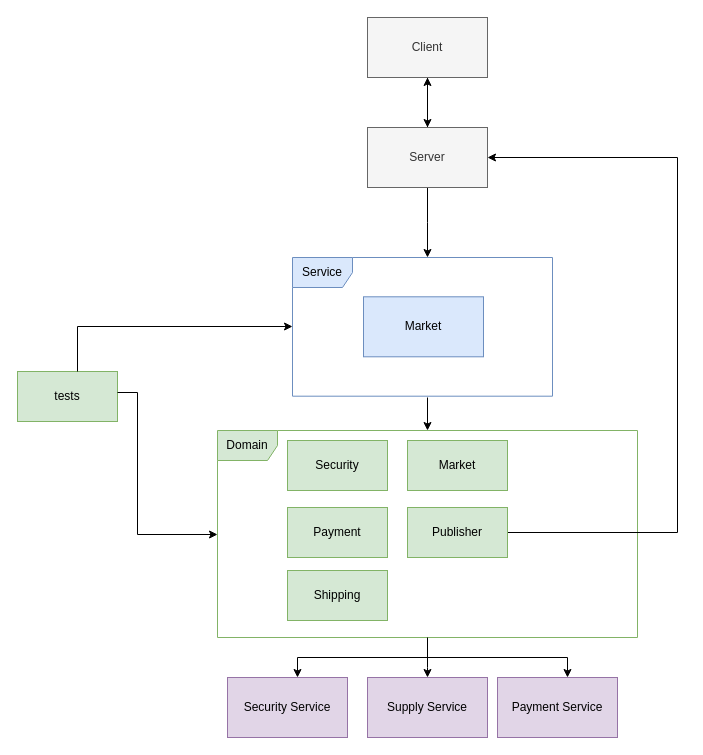
Above: page "system architecture" (2 of 2) of Artifacts/architeture_diagram.drawio in yanay94sun/Workshop (draw.io), before the change. Source tidied: cells renumbered, new cells numbered last; positions are measured from the earlier drawing's top-left corner, leaving out a move shared by most shapes. Both pictures are drawn from the tidied source at 100%, with x=0, y=0 at pixel (17, 17).
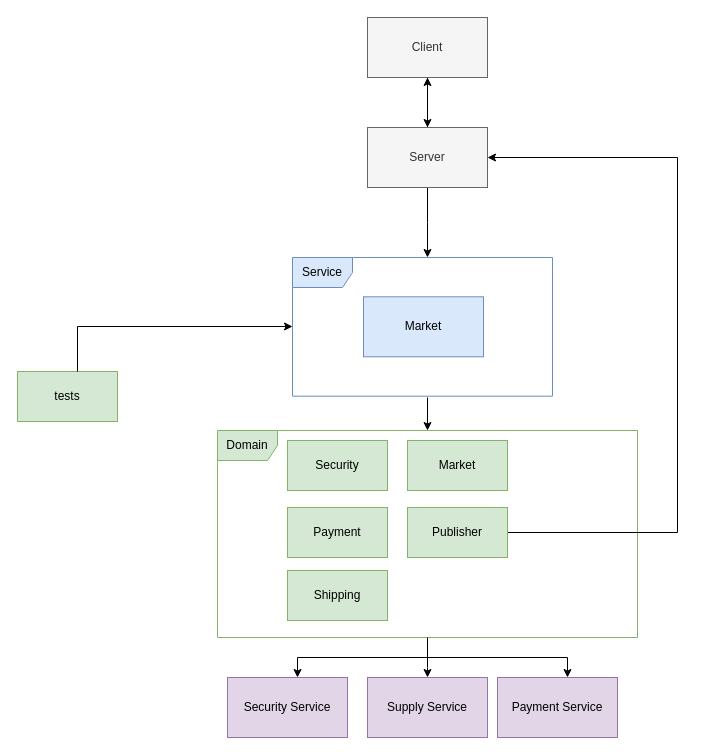
Above is the later version.

Commit message:
fix architecture diagram - test line to service

Unchanged cells that the change refers to:
```xml
<mxCell id="8" value="Domain" style="shape=umlFrame;whiteSpace=wrap;html=1;fillColor=#d5e8d4;strokeColor=#82b366;gradientColor=none;swimlaneFillColor=none;shadow=0;sketch=0;" parent="1" vertex="1">
  <mxGeometry x="200" y="413" width="420" height="207" as="geometry" />
</mxCell>
<mxCell id="19" value="tests" style="rounded=0;whiteSpace=wrap;html=1;fillColor=#d5e8d4;strokeColor=#82b366;" parent="1" vertex="1">
  <mxGeometry y="354" width="100" height="50" as="geometry" />
</mxCell>
```

The edit, as a diff of the source:
```diff
@@
-    <mxCell id="21" style="edgeStyle=orthogonalEdgeStyle;rounded=0;jettySize=auto;html=1;" parent="1" edge="1" source="19" target="8">
-      <mxGeometry relative="1" as="geometry">
-        <Array as="points">
-          <mxPoint x="120" y="375" />
-          <mxPoint x="120" y="517" />
-        </Array>
-      </mxGeometry>
-    </mxCell>
```
